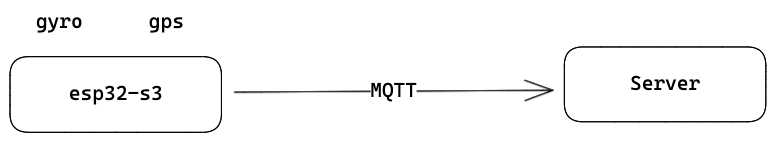
Before: .excalidraw.png, a diagram exported from Excalidraw (motoboxcn/motobox-esp32). Source tidied: one line per element, renumbered; positions are measured from the earlier drawing's top-left corner, leaving out a move shared by most shapes. Its diagram source:
```json
{"id": 0, "type": "rectangle", "strokeColor": "#000000", "strokeWidth": 1, "roughness": 0, "round": true, "x": 0, "y": 47, "width": 211, "height": 76}
{"id": 1, "type": "text", "text": "esp32-s3", "strokeColor": "#000000", "strokeWidth": 1, "roughness": 0, "fontSize": 20, "fontFamily": 3, "textAlign": "center", "verticalAlign": "middle", "inside": 0, "x": 59, "y": 72, "width": 94, "height": 24}
{"id": 2, "type": "text", "text": "gyro", "strokeColor": "#000000", "strokeWidth": 1, "roughness": 0, "fontSize": 20, "fontFamily": 3, "x": 26, "y": 0, "width": 47, "height": 24}
{"id": 3, "type": "text", "text": "gps", "strokeColor": "#000000", "strokeWidth": 1, "roughness": 0, "fontSize": 20, "fontFamily": 3, "x": 139, "y": 0, "width": 35, "height": 24}
{"id": 4, "type": "rectangle", "strokeColor": "#000000", "strokeWidth": 1, "roughness": 0, "round": true, "x": 554, "y": 37, "width": 201, "height": 75}
{"id": 5, "type": "text", "text": "Server", "strokeColor": "#000000", "strokeWidth": 1, "roughness": 0, "fontSize": 20, "fontFamily": 3, "textAlign": "center", "verticalAlign": "middle", "inside": 4, "x": 620, "y": 62, "width": 70, "height": 24}
{"id": 6, "type": "arrow", "strokeColor": "#000000", "strokeWidth": 1, "roughness": 0, "endArrowhead": "arrow", "round": true, "from": 0, "to": 4, "x": 224, "y": 82, "width": 318, "height": 2, "points": [[0, 0], [318, -2]]}
{"id": 7, "type": "text", "text": "MQTT", "strokeColor": "#000000", "strokeWidth": 1, "roughness": 0, "fontSize": 20, "fontFamily": 3, "textAlign": "center", "verticalAlign": "middle", "inside": 6, "x": 360, "y": 68, "width": 47, "height": 24}
```
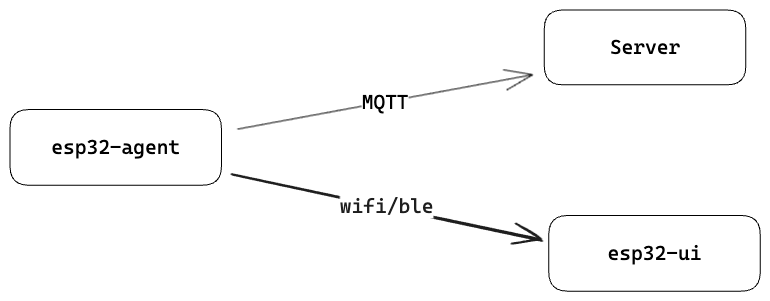
After the change.

The edit, as a diff of the source:
```diff
@@ -1,8 +1,10 @@
-{"id": 0, "type": "rectangle", "strokeColor": "#000000", "strokeWidth": 1, "roughness": 0, "round": true, "x": 0, "y": 47, "width": 211, "height": 76}
+{"id": 0, "type": "rectangle", "strokeColor": "#000000", "strokeWidth": 1, "roughness": 0, "round": true, "x": -11, "y": -1, "width": 211, "height": 76}
-{"id": 1, "type": "text", "text": "esp32-s3", "strokeColor": "#000000", "strokeWidth": 1, "roughness": 0, "fontSize": 20, "fontFamily": 3, "textAlign": "center", "verticalAlign": "middle", "inside": 0, "x": 59, "y": 72, "width": 94, "height": 24}
+{"id": 1, "type": "text", "text": "esp32-agent", "strokeColor": "#000000", "strokeWidth": 1, "roughness": 0, "fontSize": 20, "fontFamily": 3, "textAlign": "center", "verticalAlign": "middle", "inside": 0, "x": 30, "y": 24, "width": 129, "height": 24}
-{"id": 2, "type": "text", "text": "gyro", "strokeColor": "#000000", "strokeWidth": 1, "roughness": 0, "fontSize": 20, "fontFamily": 3, "x": 26, "y": 0, "width": 47, "height": 24}
-{"id": 3, "type": "text", "text": "gps", "strokeColor": "#000000", "strokeWidth": 1, "roughness": 0, "fontSize": 20, "fontFamily": 3, "x": 139, "y": 0, "width": 35, "height": 24}
-{"id": 4, "type": "rectangle", "strokeColor": "#000000", "strokeWidth": 1, "roughness": 0, "round": true, "x": 554, "y": 37, "width": 201, "height": 75}
+{"id": 4, "type": "rectangle", "strokeColor": "#000000", "strokeWidth": 1, "roughness": 0, "round": true, "x": 523, "y": -101, "width": 201, "height": 75}
-{"id": 5, "type": "text", "text": "Server", "strokeColor": "#000000", "strokeWidth": 1, "roughness": 0, "fontSize": 20, "fontFamily": 3, "textAlign": "center", "verticalAlign": "middle", "inside": 4, "x": 620, "y": 62, "width": 70, "height": 24}
+{"id": 5, "type": "text", "text": "Server", "strokeColor": "#000000", "strokeWidth": 1, "roughness": 0, "fontSize": 20, "fontFamily": 3, "textAlign": "center", "verticalAlign": "middle", "inside": 4, "x": 589, "y": -76, "width": 70, "height": 24}
-{"id": 6, "type": "arrow", "strokeColor": "#000000", "strokeWidth": 1, "roughness": 0, "endArrowhead": "arrow", "round": true, "from": 0, "to": 4, "x": 224, "y": 82, "width": 318, "height": 2, "points": [[0, 0], [318, -2]]}
+{"id": 6, "type": "arrow", "strokeColor": "#000000", "strokeWidth": 1, "roughness": 0, "endArrowhead": "arrow", "round": true, "from": 0, "to": 4, "x": 216, "y": 18, "width": 295, "height": 54, "points": [[0, 0], [295, -54]]}
-{"id": 7, "type": "text", "text": "MQTT", "strokeColor": "#000000", "strokeWidth": 1, "roughness": 0, "fontSize": 20, "fontFamily": 3, "textAlign": "center", "verticalAlign": "middle", "inside": 6, "x": 360, "y": 68, "width": 47, "height": 24}
+{"id": 7, "type": "text", "text": "MQTT", "strokeColor": "#000000", "strokeWidth": 1, "roughness": 0, "fontSize": 20, "fontFamily": 3, "textAlign": "center", "verticalAlign": "middle", "inside": 6, "x": 331, "y": -14, "width": 47, "height": 24}
+{"id": 8, "type": "rectangle", "strokeColor": "#000000", "strokeWidth": 1, "roughness": 0, "round": true, "x": 528, "y": 104, "width": 211, "height": 76}
+{"id": 9, "type": "text", "text": "esp32-ui", "strokeColor": "#000000", "strokeWidth": 1, "roughness": 0, "fontSize": 20, "fontFamily": 3, "textAlign": "center", "verticalAlign": "middle", "inside": 8, "x": 586, "y": 130, "width": 94, "height": 24}
+{"id": 10, "type": "arrow", "strokeColor": "#1e1e1e", "strokeWidth": 2, "roughness": 1, "endArrowhead": "arrow", "round": true, "from": 0, "to": 8, "x": 211, "y": 62, "width": 309, "height": 66, "points": [[0, 0], [309, 66]]}
+{"id": 11, "type": "text", "text": "wifi/ble", "strokeColor": "#1e1e1e", "strokeWidth": 2, "roughness": 1, "fontSize": 20, "fontFamily": 3, "textAlign": "center", "verticalAlign": "middle", "inside": 10, "x": 304, "y": 104, "width": 94, "height": 24}
```
